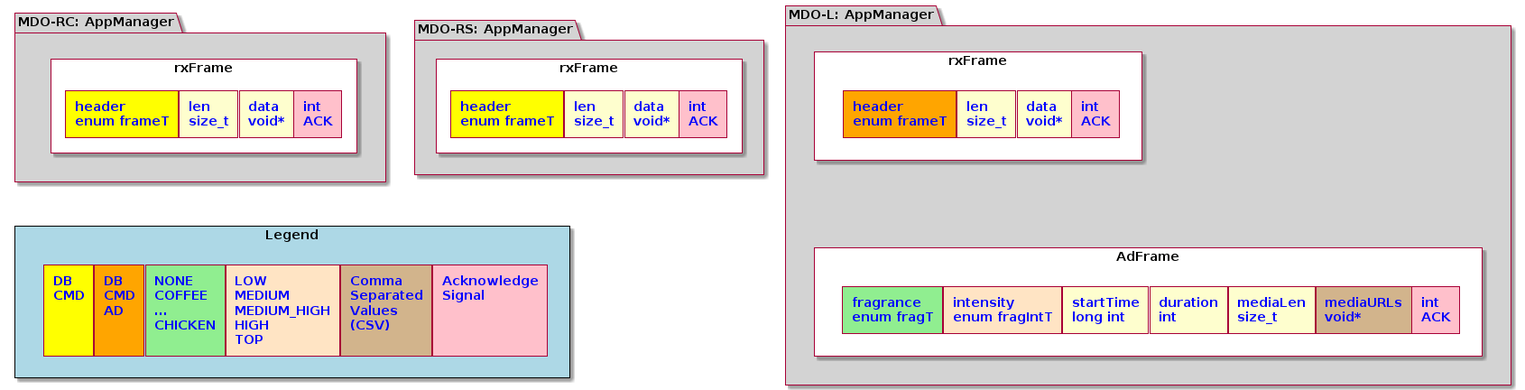
ElectroQuanta/MDO keeps this PlantUML diagram as Proj/diags/plantuml/misc/output/data-formats.png. Above is the earlier version.
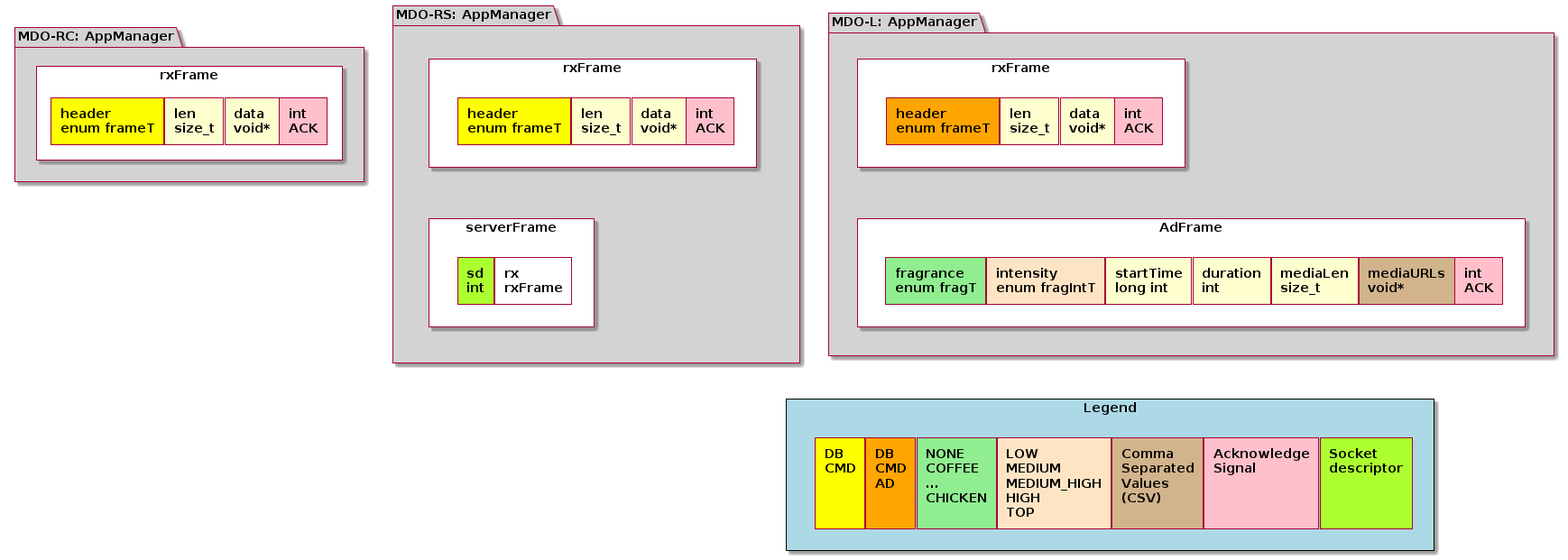
The same file after the commit.

Commit message:
FIX: Data formats

The edit, as a diff of the source:
```diff
@@ -10,7 +10,7 @@
        FontStyle bold
    }
    rectangle {
-       FontColor Blue
+       FontColor black
        FontStyle bold
        Shadowing 0.0
    }
@@ -35,6 +35,8 @@
 !$fragIntTClr = "#bisque"
 !$mediaClr = "#tan"
 !$ackClr = "#pink"
+!$sdClr = "#greenyellow"
+!$rxClr = "#white"
 
 package "MDO-RC: AppManager" as MDORC #lightgrey{
   rectangle "rxFrame" as rxFrameRC{
@@ -51,6 +53,10 @@
   rectangle "len\nsize_t" as P11
   rectangle "data\nvoid*" as P21
   rectangle "int\nACK" as P31 $ackClr
+  }
+  rectangle "serverFrame" as serverFrame{
+  rectangle "sd\nint" as PS1 $sdClr
+  rectangle "rx\nrxFrame" as PS2 $rxClr
   }
 }
 
@@ -79,6 +85,7 @@
   rectangle "LOW\nMEDIUM\nMEDIUM_HIGH\nHIGH\nTOP" as P34 $fragIntTClr
   rectangle "Comma\nSeparated\nValues\n(CSV)\n" as P44 $mediaClr
   rectangle "Acknowledge\nSignal\n\n\n" as P54 $ackClr
+  rectangle "Socket\ndescriptor\n\n\n" as P64 $sdClr
   }
 
   hide <<legStyle>> stereotype
@@ -90,6 +97,8 @@
  P01-[hidden]r-P11
  P11-[hidden]r-P21
  P21-[hidden]r-P31
+
+ PS1-[hidden]r-PS2
  P02-[hidden]r-P12
  P12-[hidden]r-P22
  P22-[hidden]r-P32
@@ -99,6 +108,7 @@
  P33-[hidden]r-P43
  P43-[hidden]r-P53
  P53-[hidden]r-P63
+ rxFrameRS--[hidden]-serverFrame
  rxFrameL--[hidden]-adFrame
 
  P04-[hidden]r-P14
@@ -106,7 +116,8 @@
  P24-[hidden]r-P34
  P34-[hidden]r-P44
  P44-[hidden]r-P54
- MDORC--[hidden]-LEG
+ P54-[hidden]r-P64
+ MDORS---[hidden]d-LEG
 
 
 @enduml
```
